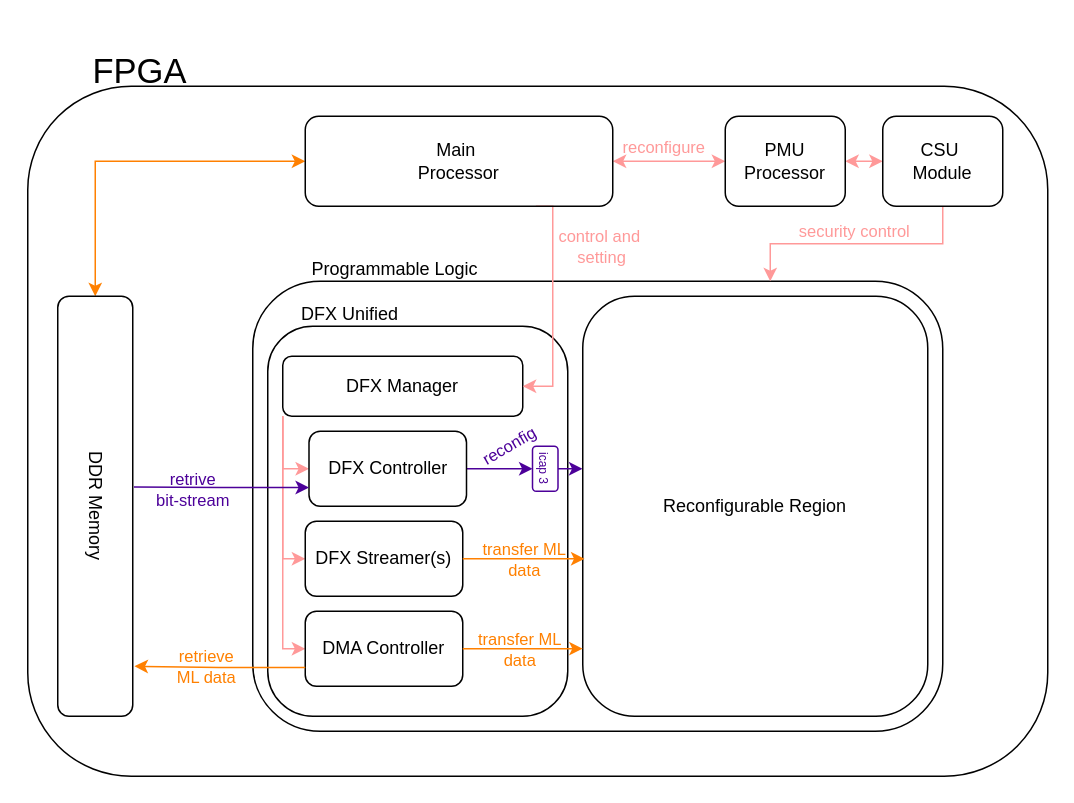
Above: page "Overall_architecture" (9 of 14) of doc/tech_report/images/HLS4ML_SEQ.drawio in Tanawin1701d/dfx4ml_infra (draw.io), before the change. Source tidied: cells renumbered, new cells numbered last; positions are measured from the earlier drawing's top-left corner, leaving out a move shared by most shapes. Both pictures are drawn from the tidied source at 150%, with x=0, y=0 at pixel (-116, 26).
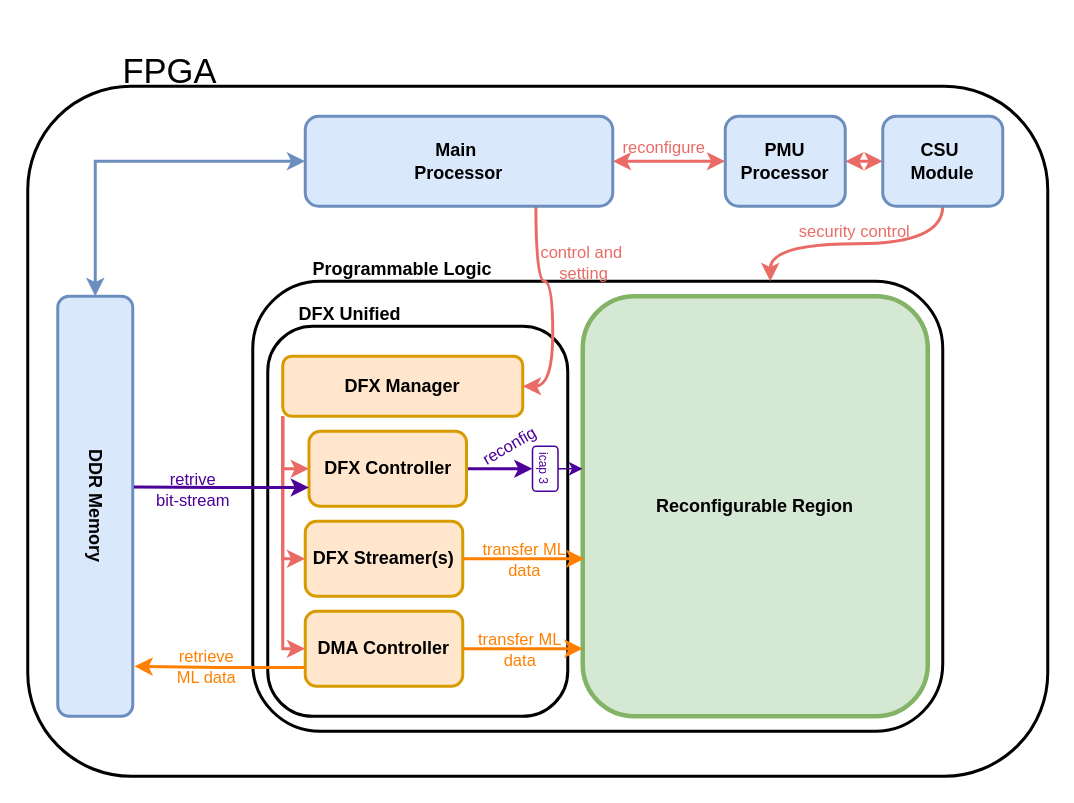
The same page after the edit.

Commit message (it also covers changes not shown here):
enhance: update technical report with refined diagrams, naming conventions, hardware specifications, and add new DFX Controller reference

Unchanged cells that the change refers to:
```xml
<mxCell id="23" value="&lt;font style=&quot;font-size: 8px; color: rgb(76, 0, 153);&quot;&gt;icap 3&lt;/font&gt;" style="rounded=1;whiteSpace=wrap;html=1;fillColor=none;strokeColor=#4C0099;rotation=90;" parent="1" vertex="1">
  <mxGeometry x="425" y="286.5" width="30" height="17" as="geometry" />
</mxCell>
```

The edit, as a diff of the source:
```diff
@@
-    <mxCell id="2" style="rounded=1;whiteSpace=wrap;html=1;fillColor=none;" parent="1" vertex="1">
+    <mxCell id="2" style="rounded=1;whiteSpace=wrap;html=1;fillColor=none;strokeWidth=2;" parent="1" vertex="1">
       <mxGeometry x="95" y="40" width="680" height="460" as="geometry" />
     </mxCell>
-    <mxCell id="3" style="rounded=1;whiteSpace=wrap;html=1;fillColor=none;" parent="1" vertex="1">
+    <mxCell id="3" style="rounded=1;whiteSpace=wrap;html=1;fillColor=none;strokeWidth=2;" parent="1" vertex="1">
       <mxGeometry x="245" y="170" width="460" height="300" as="geometry" />
     </mxCell>
-    <mxCell id="4" value="Programmable Logic" style="text;html=1;whiteSpace=wrap;strokeColor=none;fillColor=none;align=center;verticalAlign=middle;rounded=0;" parent="1" vertex="1">
-      <mxGeometry x="275" y="147" width="130" height="30" as="geometry" />
+    <mxCell id="4" value="&lt;b&gt;Programmable Logic&lt;/b&gt;" style="text;html=1;whiteSpace=wrap;strokeColor=none;fillColor=none;align=center;verticalAlign=middle;rounded=0;" parent="1" vertex="1">
+      <mxGeometry x="275" y="147" width="140" height="30" as="geometry" />
     </mxCell>
-    <mxCell id="5" style="rounded=1;whiteSpace=wrap;html=1;fillColor=none;" parent="1" vertex="1">
+    <mxCell id="5" style="rounded=1;whiteSpace=wrap;html=1;fillColor=none;strokeWidth=2;" parent="1" vertex="1">
       <mxGeometry x="255" y="200" width="200" height="260" as="geometry" />
     </mxCell>
-    <mxCell id="6" value="Reconfigurable Region" style="rounded=1;whiteSpace=wrap;html=1;fillColor=none;" parent="1" vertex="1">
+    <mxCell id="6" value="&lt;b&gt;Reconfigurable Region&lt;/b&gt;" style="rounded=1;whiteSpace=wrap;html=1;fillColor=#d5e8d4;strokeColor=#82b366;strokeWidth=3;" parent="1" vertex="1">
       <mxGeometry x="465" y="180" width="230" height="280" as="geometry" />
     </mxCell>
-    <mxCell id="7" style="edgeStyle=orthogonalEdgeStyle;rounded=0;jettySize=auto;html=1;exitX=0;exitY=1;exitDx=0;exitDy=0;entryX=0;entryY=0.5;entryDx=0;entryDy=0;strokeColor=#FF9999;" parent="1" edge="1" source="10" target="19">
+    <mxCell id="7" style="edgeStyle=orthogonalEdgeStyle;rounded=0;jettySize=auto;html=1;exitX=0;exitY=1;exitDx=0;exitDy=0;entryX=0;entryY=0.5;entryDx=0;entryDy=0;strokeColor=#EA6B66;strokeWidth=2;" parent="1" edge="1" source="10" target="19">
       <mxGeometry relative="1" as="geometry">
         <Array as="points">
           <mxPoint x="265" y="295" />
         </Array>
       </mxGeometry>
     </mxCell>
-    <mxCell id="8" style="edgeStyle=orthogonalEdgeStyle;rounded=0;jettySize=auto;html=1;exitX=0;exitY=1;exitDx=0;exitDy=0;entryX=0;entryY=0.5;entryDx=0;entryDy=0;strokeColor=#FF9999;" parent="1" edge="1" source="10" target="20">
+    <mxCell id="8" style="edgeStyle=orthogonalEdgeStyle;rounded=0;jettySize=auto;html=1;exitX=0;exitY=1;exitDx=0;exitDy=0;entryX=0;entryY=0.5;entryDx=0;entryDy=0;strokeColor=#EA6B66;strokeWidth=2;" parent="1" edge="1" source="10" target="20">
       <mxGeometry relative="1" as="geometry">
         <Array as="points">
           <mxPoint x="265" y="355" />
         </Array>
       </mxGeometry>
     </mxCell>
-    <mxCell id="9" style="edgeStyle=orthogonalEdgeStyle;rounded=0;jettySize=auto;html=1;exitX=0;exitY=1;exitDx=0;exitDy=0;entryX=0;entryY=0.5;entryDx=0;entryDy=0;strokeColor=#FF9999;" parent="1" edge="1" source="10" target="21">
+    <mxCell id="9" style="edgeStyle=orthogonalEdgeStyle;rounded=0;jettySize=auto;html=1;exitX=0;exitY=1;exitDx=0;exitDy=0;entryX=0;entryY=0.5;entryDx=0;entryDy=0;strokeColor=#EA6B66;strokeWidth=2;" parent="1" edge="1" source="10" target="21">
       <mxGeometry relative="1" as="geometry">
         <Array as="points">
           <mxPoint x="265" y="415" />
         </Array>
       </mxGeometry>
     </mxCell>
-    <mxCell id="10" value="DFX Manager" style="rounded=1;whiteSpace=wrap;html=1;fillColor=none;" parent="1" vertex="1">
+    <mxCell id="10" value="&lt;b&gt;DFX Manager&lt;/b&gt;" style="rounded=1;whiteSpace=wrap;html=1;fillColor=#ffe6cc;strokeColor=#d79b00;strokeWidth=2;" parent="1" vertex="1">
       <mxGeometry x="265" y="220" width="160" height="40" as="geometry" />
     </mxCell>
-    <mxCell id="11" style="edgeStyle=orthogonalEdgeStyle;rounded=0;jettySize=auto;html=1;exitX=0;exitY=0.5;exitDx=0;exitDy=0;entryX=0;entryY=0.5;entryDx=0;entryDy=0;startArrow=classic;startFill=1;strokeColor=#FF8000;" parent="1" edge="1" source="16" target="28">
+    <mxCell id="11" style="edgeStyle=orthogonalEdgeStyle;rounded=0;jettySize=auto;html=1;exitX=0;exitY=0.5;exitDx=0;exitDy=0;entryX=0;entryY=0.5;entryDx=0;entryDy=0;startArrow=classic;startFill=1;strokeColor=#6c8ebf;fillColor=#dae8fc;strokeWidth=2;" parent="1" edge="1" source="16" target="28">
       <mxGeometry relative="1" as="geometry" />
     </mxCell>
-    <mxCell id="12" style="edgeStyle=orthogonalEdgeStyle;rounded=0;jettySize=auto;html=1;exitX=0.75;exitY=1;exitDx=0;exitDy=0;entryX=1;entryY=0.5;entryDx=0;entryDy=0;strokeColor=#FF9999;" parent="1" edge="1" source="16" target="10">
-      <mxGeometry relative="1" as="geometry">
-        <Array as="points">
-          <mxPoint x="445" y="120" />
-          <mxPoint x="445" y="240" />
-        </Array>
-      </mxGeometry>
+    <mxCell id="12" style="edgeStyle=orthogonalEdgeStyle;rounded=0;jettySize=auto;html=1;exitX=0.75;exitY=1;exitDx=0;exitDy=0;entryX=1;entryY=0.5;entryDx=0;entryDy=0;strokeColor=#EA6B66;curved=1;strokeWidth=2;" parent="1" edge="1" source="16" target="10">
+      <mxGeometry relative="1" as="geometry" />
     </mxCell>
-    <mxCell id="13" value="control and&lt;br&gt;&amp;nbsp;setting" style="edgeLabel;html=1;align=center;verticalAlign=middle;labelBackgroundColor=none;fontColor=#FF9999;" parent="12" vertex="1">
+    <mxCell id="13" value="control and&lt;br&gt;&amp;nbsp;setting" style="edgeLabel;html=1;align=center;verticalAlign=middle;labelBackgroundColor=none;fontColor=#EA6B66;" parent="12" vertex="1">
       <mxGeometry x="-0.57" relative="1" as="geometry">
         <mxPoint x="30" y="5" as="offset" />
       </mxGeometry>
     </mxCell>
-    <mxCell id="14" style="edgeStyle=orthogonalEdgeStyle;rounded=0;jettySize=auto;html=1;exitX=1;exitY=0.5;exitDx=0;exitDy=0;startArrow=classic;startFill=1;strokeColor=#FF9999;" parent="1" edge="1" source="16" target="34">
+    <mxCell id="14" style="edgeStyle=orthogonalEdgeStyle;rounded=0;jettySize=auto;html=1;exitX=1;exitY=0.5;exitDx=0;exitDy=0;startArrow=classic;startFill=1;strokeColor=#EA6B66;strokeWidth=2;" parent="1" edge="1" source="16" target="34">
       <mxGeometry relative="1" as="geometry" />
     </mxCell>
-    <mxCell id="15" value="reconfigure" style="edgeLabel;html=1;align=center;verticalAlign=middle;labelBackgroundColor=none;fontColor=#FF9999;" parent="14" vertex="1">
+    <mxCell id="15" value="reconfigure" style="edgeLabel;html=1;align=center;verticalAlign=middle;labelBackgroundColor=none;fontColor=#EA6B66;" parent="14" vertex="1">
       <mxGeometry x="-0.11" y="1" relative="1" as="geometry">
         <mxPoint y="-9" as="offset" />
       </mxGeometry>
     </mxCell>
-    <mxCell id="16" value="Main&amp;nbsp;&lt;br&gt;Processor" style="rounded=1;whiteSpace=wrap;html=1;fillColor=none;" parent="1" vertex="1">
+    <mxCell id="16" value="&lt;b&gt;Main&amp;nbsp;&lt;br&gt;Processor&lt;/b&gt;" style="rounded=1;whiteSpace=wrap;html=1;fillColor=#dae8fc;strokeColor=#6c8ebf;strokeWidth=2;" parent="1" vertex="1">
       <mxGeometry x="280" y="60" width="205" height="60" as="geometry" />
     </mxCell>
-    <mxCell id="17" style="edgeStyle=orthogonalEdgeStyle;rounded=0;jettySize=auto;html=1;exitX=1;exitY=0.5;exitDx=0;exitDy=0;entryX=0.5;entryY=1;entryDx=0;entryDy=0;strokeColor=#4C0099;" parent="1" edge="1" source="19" target="23">
+    <mxCell id="17" style="edgeStyle=orthogonalEdgeStyle;rounded=0;jettySize=auto;html=1;exitX=1;exitY=0.5;exitDx=0;exitDy=0;entryX=0.5;entryY=1;entryDx=0;entryDy=0;strokeColor=#4C0099;strokeWidth=2;" parent="1" edge="1" source="19" target="23">
       <mxGeometry relative="1" as="geometry" />
     </mxCell>
@@
-    <mxCell id="19" value="DFX Controller" style="rounded=1;whiteSpace=wrap;html=1;fillColor=none;" parent="1" vertex="1">
+    <mxCell id="19" value="&lt;b&gt;DFX Controller&lt;/b&gt;" style="rounded=1;whiteSpace=wrap;html=1;fillColor=#ffe6cc;strokeColor=#d79b00;strokeWidth=2;" parent="1" vertex="1">
       <mxGeometry x="282.5" y="270" width="105" height="50" as="geometry" />
     </mxCell>
-    <mxCell id="20" value="DFX Streamer(s)" style="rounded=1;whiteSpace=wrap;html=1;fillColor=none;" parent="1" vertex="1">
+    <mxCell id="20" value="&lt;b&gt;DFX Streamer(s)&lt;/b&gt;" style="rounded=1;whiteSpace=wrap;html=1;fillColor=#ffe6cc;strokeColor=#d79b00;strokeWidth=2;" parent="1" vertex="1">
       <mxGeometry x="280" y="330" width="105" height="50" as="geometry" />
     </mxCell>
-    <mxCell id="21" value="DMA Controller" style="rounded=1;whiteSpace=wrap;html=1;fillColor=none;" parent="1" vertex="1">
+    <mxCell id="21" value="&lt;b&gt;DMA Controller&lt;/b&gt;" style="rounded=1;whiteSpace=wrap;html=1;fillColor=#ffe6cc;strokeColor=#d79b00;strokeWidth=2;" parent="1" vertex="1">
       <mxGeometry x="280" y="390" width="105" height="50" as="geometry" />
     </mxCell>
-    <mxCell id="22" value="DFX Unified" style="text;html=1;whiteSpace=wrap;strokeColor=none;fillColor=none;align=center;verticalAlign=middle;rounded=0;" parent="1" vertex="1">
+    <mxCell id="22" value="&lt;b&gt;DFX Unified&lt;/b&gt;" style="text;html=1;whiteSpace=wrap;strokeColor=none;fillColor=none;align=center;verticalAlign=middle;rounded=0;" parent="1" vertex="1">
       <mxGeometry x="245" y="177" width="130" height="30" as="geometry" />
     </mxCell>
@@
-    <mxCell id="24" style="edgeStyle=orthogonalEdgeStyle;rounded=0;jettySize=auto;html=1;exitX=1;exitY=0.5;exitDx=0;exitDy=0;entryX=0.005;entryY=0.625;entryDx=0;entryDy=0;entryPerimeter=0;fontColor=#FF8000;strokeColor=#FF8000;" parent="1" edge="1" source="20" target="6">
+    <mxCell id="24" style="edgeStyle=orthogonalEdgeStyle;rounded=0;jettySize=auto;html=1;exitX=1;exitY=0.5;exitDx=0;exitDy=0;entryX=0.005;entryY=0.625;entryDx=0;entryDy=0;entryPerimeter=0;fontColor=#FF8000;strokeColor=#FF8000;strokeWidth=2;" parent="1" edge="1" source="20" target="6">
       <mxGeometry relative="1" as="geometry" />
     </mxCell>
@@
-    <mxCell id="26" style="edgeStyle=orthogonalEdgeStyle;rounded=0;jettySize=auto;html=1;exitX=1;exitY=0.5;exitDx=0;exitDy=0;entryX=0;entryY=0.839;entryDx=0;entryDy=0;entryPerimeter=0;fontColor=#FF8000;strokeColor=#FF8000;" parent="1" edge="1" source="21" target="6">
+    <mxCell id="26" style="edgeStyle=orthogonalEdgeStyle;rounded=0;jettySize=auto;html=1;exitX=1;exitY=0.5;exitDx=0;exitDy=0;entryX=0;entryY=0.839;entryDx=0;entryDy=0;entryPerimeter=0;fontColor=#FF8000;strokeColor=#FF8000;strokeWidth=2;" parent="1" edge="1" source="21" target="6">
       <mxGeometry relative="1" as="geometry" />
     </mxCell>
@@
-    <mxCell id="28" value="DDR Memory" style="rounded=1;whiteSpace=wrap;html=1;fillColor=none;rotation=90;" parent="1" vertex="1">
+    <mxCell id="28" value="&lt;b&gt;DDR Memory&lt;/b&gt;" style="rounded=1;whiteSpace=wrap;html=1;fillColor=#dae8fc;rotation=90;strokeColor=#6c8ebf;strokeWidth=2;" parent="1" vertex="1">
       <mxGeometry y="295" width="280" height="50" as="geometry" />
     </mxCell>
-    <mxCell id="29" style="edgeStyle=orthogonalEdgeStyle;rounded=0;jettySize=auto;html=1;exitX=0;exitY=0.75;exitDx=0;exitDy=0;entryX=0.454;entryY=-0.016;entryDx=0;entryDy=0;entryPerimeter=0;strokeColor=#4C0099;startArrow=classic;startFill=1;endArrow=none;endFill=0;" parent="1" edge="1" source="19" target="28">
+    <mxCell id="29" style="edgeStyle=orthogonalEdgeStyle;rounded=0;jettySize=auto;html=1;exitX=0;exitY=0.75;exitDx=0;exitDy=0;entryX=0.454;entryY=-0.016;entryDx=0;entryDy=0;entryPerimeter=0;strokeColor=#4C0099;startArrow=classic;startFill=1;endArrow=none;endFill=0;strokeWidth=2;" parent="1" edge="1" source="19" target="28">
       <mxGeometry relative="1" as="geometry" />
     </mxCell>
@@
-    <mxCell id="31" style="edgeStyle=orthogonalEdgeStyle;rounded=0;jettySize=auto;html=1;exitX=0;exitY=0.75;exitDx=0;exitDy=0;entryX=0.881;entryY=-0.023;entryDx=0;entryDy=0;entryPerimeter=0;strokeColor=#FF8000;" parent="1" edge="1" source="21" target="28">
+    <mxCell id="31" style="edgeStyle=orthogonalEdgeStyle;rounded=0;jettySize=auto;html=1;exitX=0;exitY=0.75;exitDx=0;exitDy=0;entryX=0.881;entryY=-0.023;entryDx=0;entryDy=0;entryPerimeter=0;strokeColor=#FF8000;strokeWidth=2;" parent="1" edge="1" source="21" target="28">
       <mxGeometry relative="1" as="geometry" />
     </mxCell>
@@
-    <mxCell id="33" style="edgeStyle=orthogonalEdgeStyle;rounded=0;jettySize=auto;html=1;exitX=1;exitY=0.5;exitDx=0;exitDy=0;entryX=0;entryY=0.5;entryDx=0;entryDy=0;startArrow=classic;startFill=1;strokeColor=#FF9999;" parent="1" edge="1" source="34" target="37">
+    <mxCell id="33" style="edgeStyle=orthogonalEdgeStyle;rounded=0;jettySize=auto;html=1;exitX=1;exitY=0.5;exitDx=0;exitDy=0;entryX=0;entryY=0.5;entryDx=0;entryDy=0;startArrow=classic;startFill=1;strokeColor=#EA6B66;strokeWidth=2;" parent="1" edge="1" source="34" target="37">
       <mxGeometry relative="1" as="geometry" />
     </mxCell>
-    <mxCell id="34" value="PMU&lt;br&gt;Processor" style="rounded=1;whiteSpace=wrap;html=1;fillColor=none;" parent="1" vertex="1">
+    <mxCell id="34" value="&lt;b&gt;PMU&lt;br&gt;Processor&lt;/b&gt;" style="rounded=1;whiteSpace=wrap;html=1;fillColor=#dae8fc;strokeColor=#6c8ebf;strokeWidth=2;" parent="1" vertex="1">
       <mxGeometry x="560" y="60" width="80" height="60" as="geometry" />
     </mxCell>
-    <mxCell id="35" style="edgeStyle=orthogonalEdgeStyle;rounded=0;jettySize=auto;html=1;exitX=0.5;exitY=1;exitDx=0;exitDy=0;entryX=0.75;entryY=0;entryDx=0;entryDy=0;strokeColor=#FF9999;" parent="1" edge="1" source="37" target="3">
+    <mxCell id="35" style="edgeStyle=orthogonalEdgeStyle;rounded=0;jettySize=auto;html=1;exitX=0.5;exitY=1;exitDx=0;exitDy=0;entryX=0.75;entryY=0;entryDx=0;entryDy=0;strokeColor=#EA6B66;curved=1;strokeWidth=2;" parent="1" edge="1" source="37" target="3">
       <mxGeometry relative="1" as="geometry" />
     </mxCell>
-    <mxCell id="36" value="security control" style="edgeLabel;html=1;align=center;verticalAlign=middle;labelBackgroundColor=none;fontColor=#FF9999;" parent="35" vertex="1">
+    <mxCell id="36" value="security control" style="edgeLabel;html=1;align=center;verticalAlign=middle;labelBackgroundColor=none;fontColor=#EA6B66;" parent="35" vertex="1">
       <mxGeometry x="0.17" relative="1" as="geometry">
         <mxPoint x="12" y="-9" as="offset" />
       </mxGeometry>
     </mxCell>
-    <mxCell id="37" value="CSU&amp;nbsp;&lt;br&gt;Module" style="rounded=1;whiteSpace=wrap;html=1;fillColor=none;" parent="1" vertex="1">
+    <mxCell id="37" value="&lt;b&gt;CSU&amp;nbsp;&lt;br&gt;Module&lt;/b&gt;" style="rounded=1;whiteSpace=wrap;html=1;fillColor=#dae8fc;strokeColor=#6c8ebf;strokeWidth=2;" parent="1" vertex="1">
       <mxGeometry x="665" y="60" width="80" height="60" as="geometry" />
     </mxCell>
     <mxCell id="38" value="&lt;font style=&quot;font-size: 23px;&quot;&gt;FPGA&lt;/font&gt;" style="text;html=1;whiteSpace=wrap;strokeColor=none;fillColor=none;align=center;verticalAlign=middle;rounded=0;" parent="1" vertex="1">
-      <mxGeometry x="115" width="110" height="60" as="geometry" />
+      <mxGeometry x="135" width="110" height="60" as="geometry" />
     </mxCell>
```
